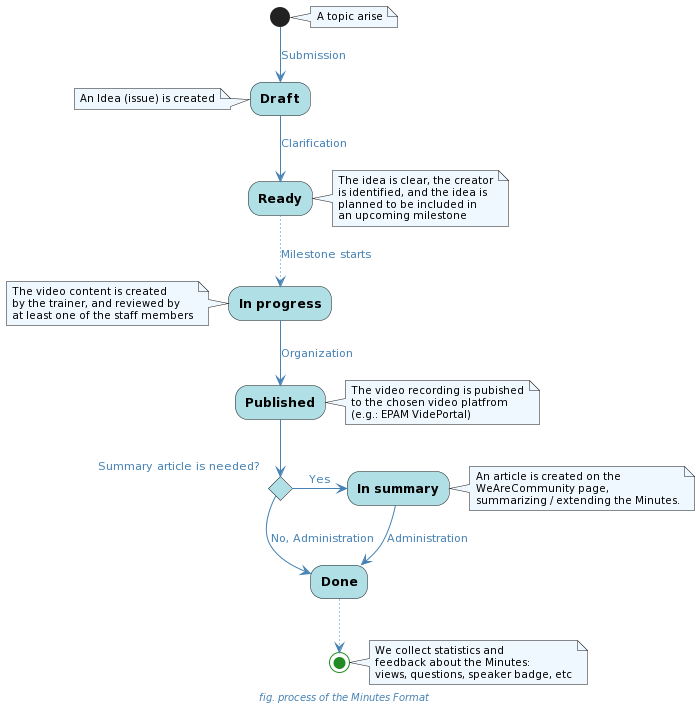
The PlantUML diagram docs/uml/format_minutes.png in Idea-Pool/topics, before a commit.
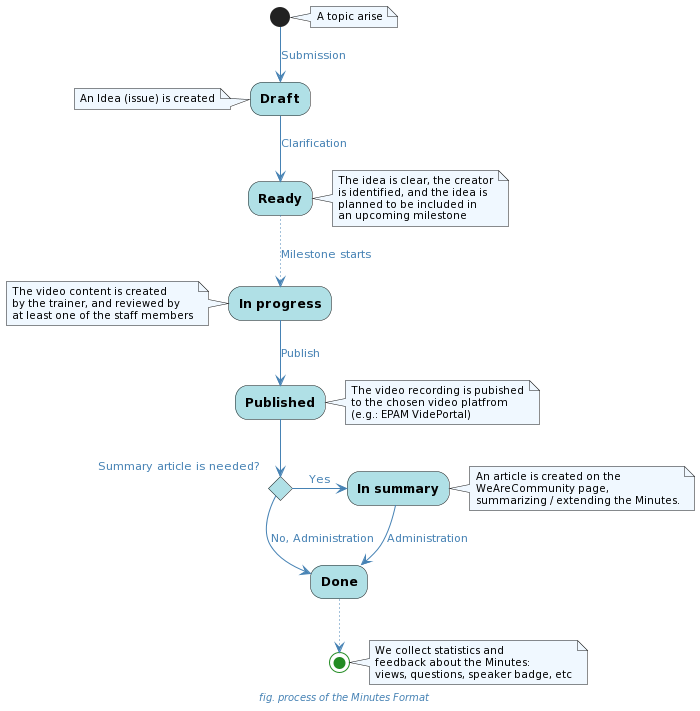
After the commit.

What changed in the source:
```diff
@@ -54,7 +54,7 @@
     at least one of the staff members
 end note
 
--->[Organization] Published
+-->[Publish] Published
 
 note right
     The video recording is pubished
```
